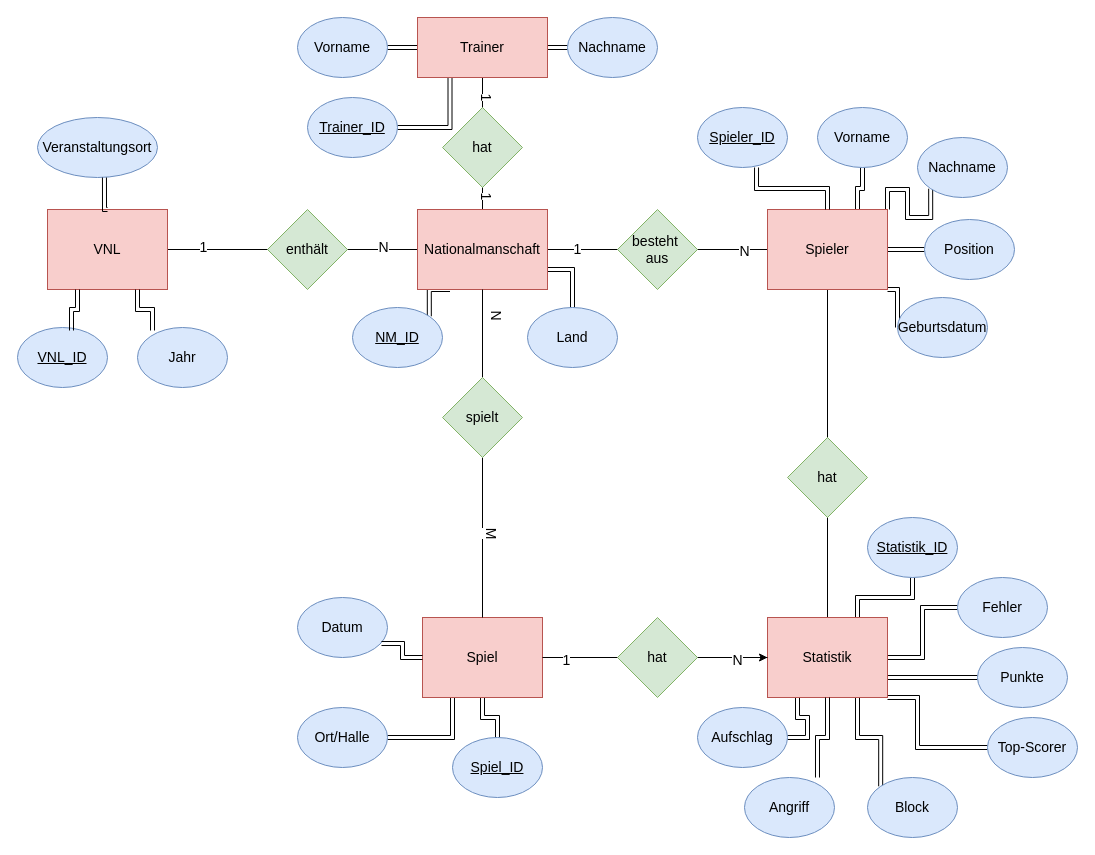
mesh98a/Datenbank keeps this draw.io diagram as VNL.drawio. Above is the earlier version. Source tidied: cells renumbered, new cells numbered last; positions are measured from the earlier drawing's top-left corner, leaving out a move shared by most shapes. Both pictures are drawn from the tidied source at 100%, with x=0, y=0 at pixel (17, 17).
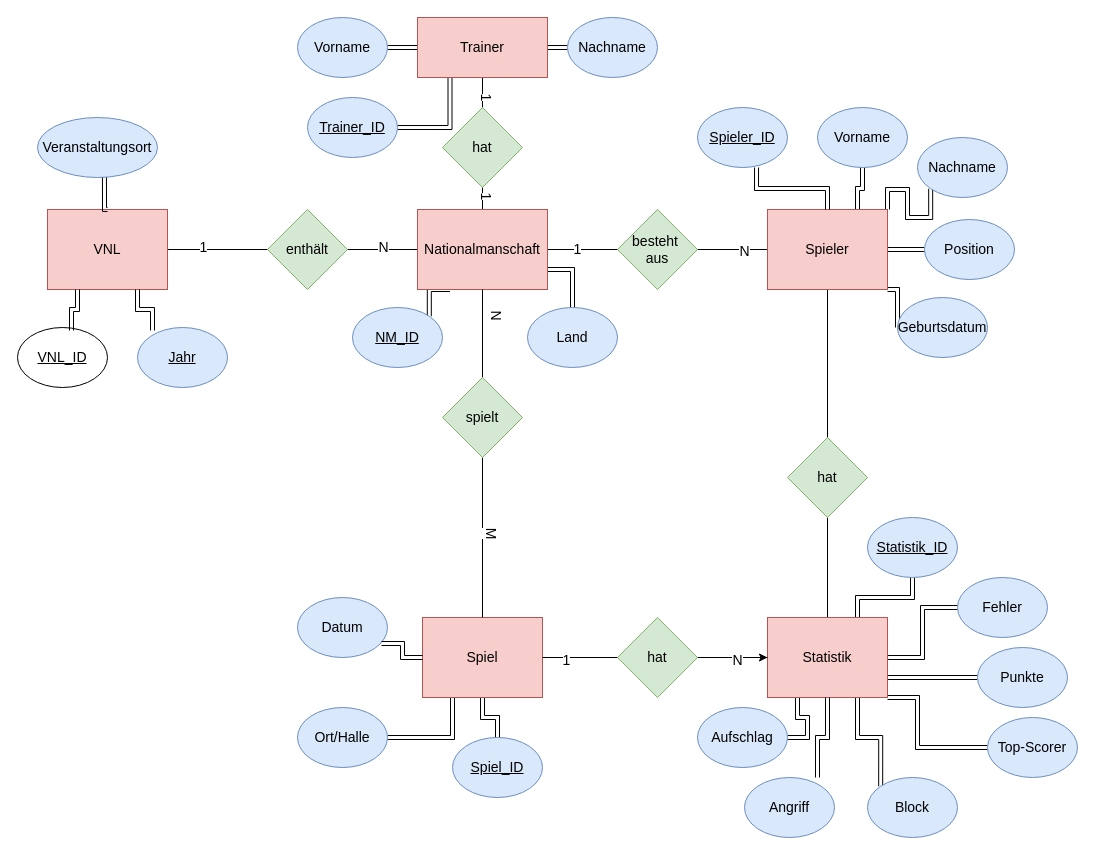
Above is the later version.

Change to the diagram source:
```diff
@@
-    <mxCell id="44" value="Jahr" style="ellipse;whiteSpace=wrap;html=1;fillColor=#dae8fc;strokeColor=#6c8ebf;fontSize=14;fontStyle=0;" parent="1" vertex="1">
+    <mxCell id="44" value="&lt;u&gt;Jahr&lt;/u&gt;" style="ellipse;whiteSpace=wrap;html=1;fillColor=#dae8fc;strokeColor=#6c8ebf;fontSize=14;fontStyle=0;" parent="1" vertex="1">
       <mxGeometry x="120" y="310" width="90" height="60" as="geometry" />
     </mxCell>
@@
-    <mxCell id="46" value="&lt;u style=&quot;font-size: 14px;&quot;&gt;VNL_ID&lt;/u&gt;" style="ellipse;whiteSpace=wrap;html=1;fillColor=#dae8fc;strokeColor=#6c8ebf;fontSize=14;fontStyle=0;" parent="1" vertex="1">
+    <mxCell id="46" value="&lt;u style=&quot;font-size: 14px;&quot;&gt;VNL_ID&lt;/u&gt;" style="ellipse;whiteSpace=wrap;html=1;fontSize=14;fontStyle=0;" parent="1" vertex="1">
       <mxGeometry y="310" width="90" height="60" as="geometry" />
     </mxCell>
```
